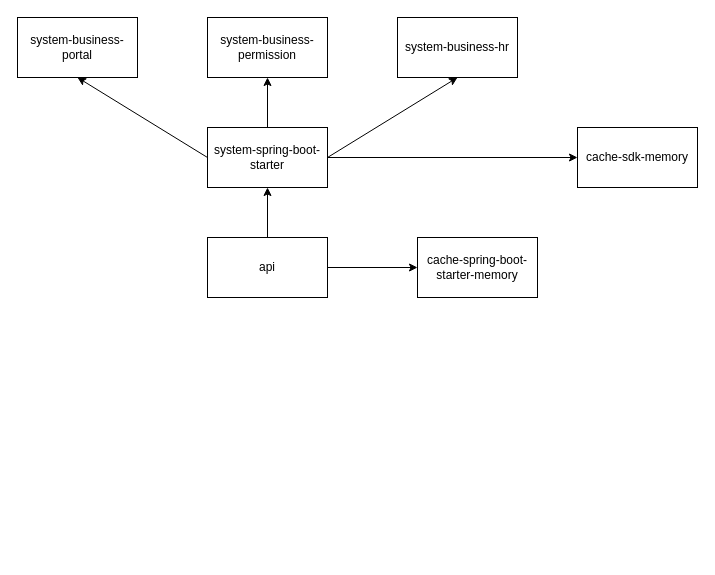
This is Untitled Diagram.drawio from juktllgonpt/kaori-system, a draw.io file, before an edit. Source tidied: cells renumbered, new cells numbered last; positions are measured from the earlier drawing's top-left corner, leaving out a move shared by most shapes. Both pictures are drawn from the tidied source at 100%, with x=0, y=0 at pixel (17, 17).
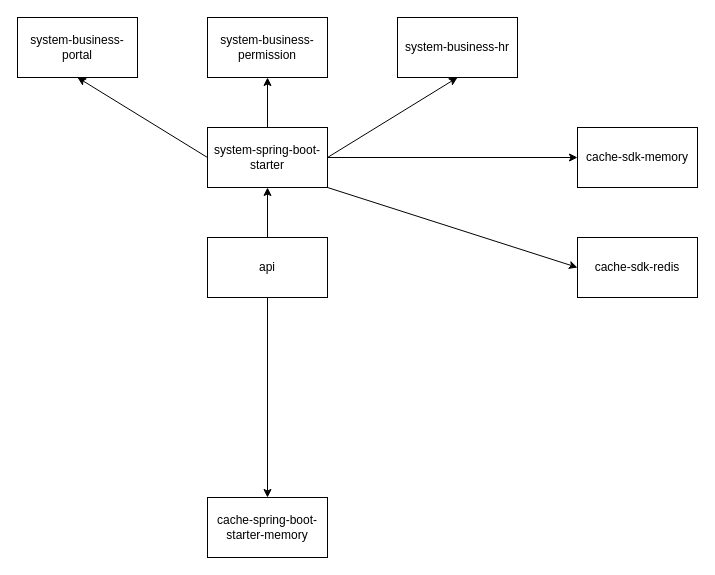
Above is the later version.

Change to the diagram source:
```diff
@@
 <mxGraphModel>
   <root>
     <mxCell id="0" />
     <mxCell id="1" parent="0" />
     <mxCell id="2" style="edgeStyle=orthogonalEdgeStyle;rounded=0;jettySize=auto;html=1;exitX=0.5;exitY=0;exitDx=0;exitDy=0;entryX=0.5;entryY=1;entryDx=0;entryDy=0;" parent="1" edge="1" source="4" target="10">
       <mxGeometry relative="1" as="geometry" />
     </mxCell>
     <mxCell id="3" style="edgeStyle=orthogonalEdgeStyle;rounded=0;jettySize=auto;html=1;" parent="1" edge="1" source="4" target="14">
       <mxGeometry relative="1" as="geometry" />
     </mxCell>
     <mxCell id="4" value="system-spring-boot-starter" style="rounded=0;whiteSpace=wrap;html=1;" parent="1" vertex="1">
       <mxGeometry x="190" y="110" width="120" height="60" as="geometry" />
     </mxCell>
     <mxCell id="5" style="edgeStyle=orthogonalEdgeStyle;rounded=0;jettySize=auto;html=1;entryX=0.5;entryY=1;entryDx=0;entryDy=0;" parent="1" edge="1" source="7" target="4">
       <mxGeometry relative="1" as="geometry" />
     </mxCell>
-    <mxCell id="6" style="edgeStyle=orthogonalEdgeStyle;rounded=0;jettySize=auto;html=1;entryX=0;entryY=0.5;entryDx=0;entryDy=0;" parent="1" edge="1" source="7" target="8">
-      <mxGeometry relative="1" as="geometry" />
-    </mxCell>
     <mxCell id="7" value="api" style="rounded=0;whiteSpace=wrap;html=1;" parent="1" vertex="1">
       <mxGeometry x="190" y="220" width="120" height="60" as="geometry" />
     </mxCell>
     <mxCell id="8" value="cache-spring-boot-starter-memory" style="rounded=0;whiteSpace=wrap;html=1;" parent="1" vertex="1">
-      <mxGeometry x="400" y="220" width="120" height="60" as="geometry" />
+      <mxGeometry x="190" y="480" width="120" height="60" as="geometry" />
     </mxCell>
     <mxCell id="9" value="system-business-hr" style="rounded=0;whiteSpace=wrap;html=1;" parent="1" vertex="1">
       <mxGeometry x="380" width="120" height="60" as="geometry" />
     </mxCell>
     <mxCell id="10" value="system-business-permission" style="rounded=0;whiteSpace=wrap;html=1;" parent="1" vertex="1">
       <mxGeometry x="190" width="120" height="60" as="geometry" />
     </mxCell>
     <mxCell id="11" value="system-business-portal" style="rounded=0;whiteSpace=wrap;html=1;" parent="1" vertex="1">
       <mxGeometry width="120" height="60" as="geometry" />
     </mxCell>
     <mxCell id="12" style="endArrow=classic;html=1;rounded=0;entryX=0.5;entryY=1;entryDx=0;entryDy=0;" parent="1" edge="1" target="11">
       <mxGeometry relative="1" as="geometry">
         <mxPoint x="190" y="140" as="sourcePoint" />
       </mxGeometry>
     </mxCell>
     <mxCell id="13" style="endArrow=classic;html=1;rounded=0;exitX=1;exitY=0.5;exitDx=0;exitDy=0;entryX=0.5;entryY=1;entryDx=0;entryDy=0;" parent="1" edge="1" source="4" target="9">
       <mxGeometry relative="1" as="geometry" />
     </mxCell>
     <mxCell id="14" value="cache-sdk-memory" style="rounded=0;whiteSpace=wrap;html=1;" parent="1" vertex="1">
       <mxGeometry x="560" y="110" width="120" height="60" as="geometry" />
     </mxCell>
+    <mxCell id="15" value="cache-sdk-redis" style="rounded=0;whiteSpace=wrap;html=1;" parent="1" vertex="1">
+      <mxGeometry x="560" y="220" width="120" height="60" as="geometry" />
+    </mxCell>
+    <mxCell id="6" style="endArrow=classic;html=1;rounded=0;exitX=0.5;exitY=1;exitDx=0;exitDy=0;entryX=0.5;entryY=0;entryDx=0;entryDy=0;" parent="1" edge="1" source="7" target="8">
+      <mxGeometry relative="1" as="geometry" />
+    </mxCell>
+    <mxCell id="16" style="endArrow=classic;html=1;rounded=0;exitX=1;exitY=1;exitDx=0;exitDy=0;entryX=0;entryY=0.5;entryDx=0;entryDy=0;" parent="1" edge="1" source="4" target="15">
+      <mxGeometry relative="1" as="geometry" />
+    </mxCell>
   </root>
 </mxGraphModel>
```
